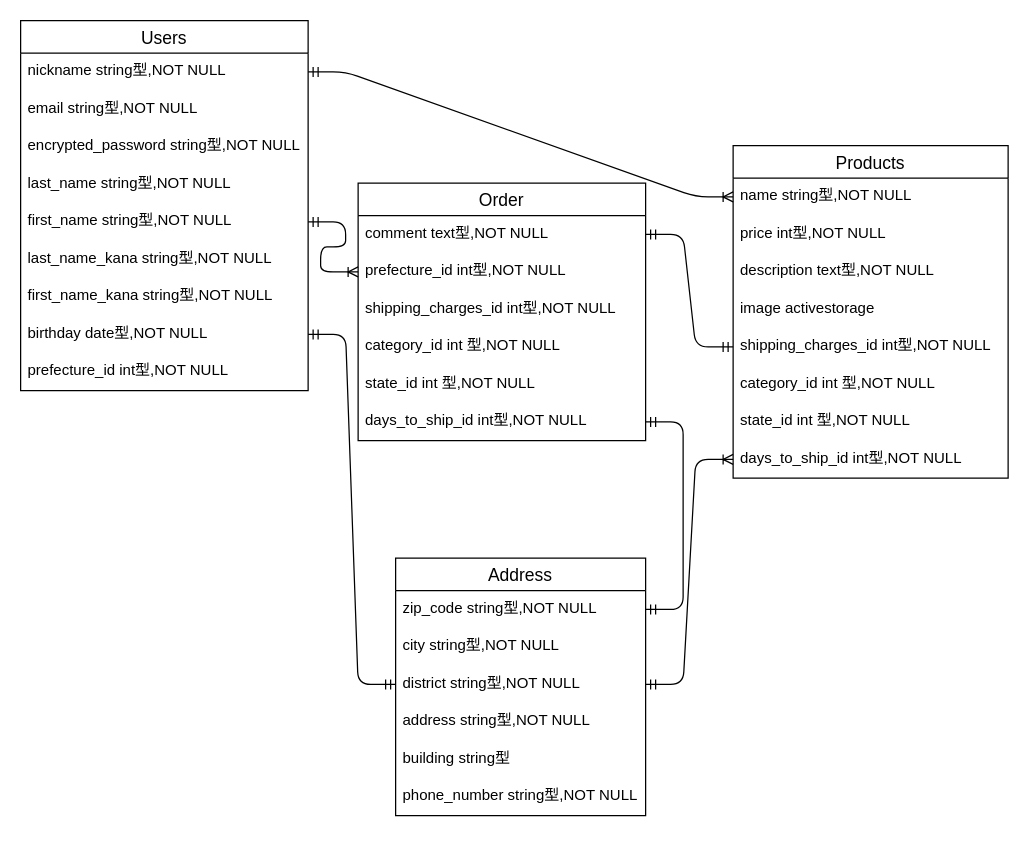
Earlier version of the draw.io diagram Relationship.dio (yasfu/furima-35595). Source tidied: cells renumbered, new cells numbered last; positions are measured from the earlier drawing's top-left corner, leaving out a move shared by most shapes. Both pictures are drawn from the tidied source at 125%, with x=0, y=0 at pixel (20, 20).
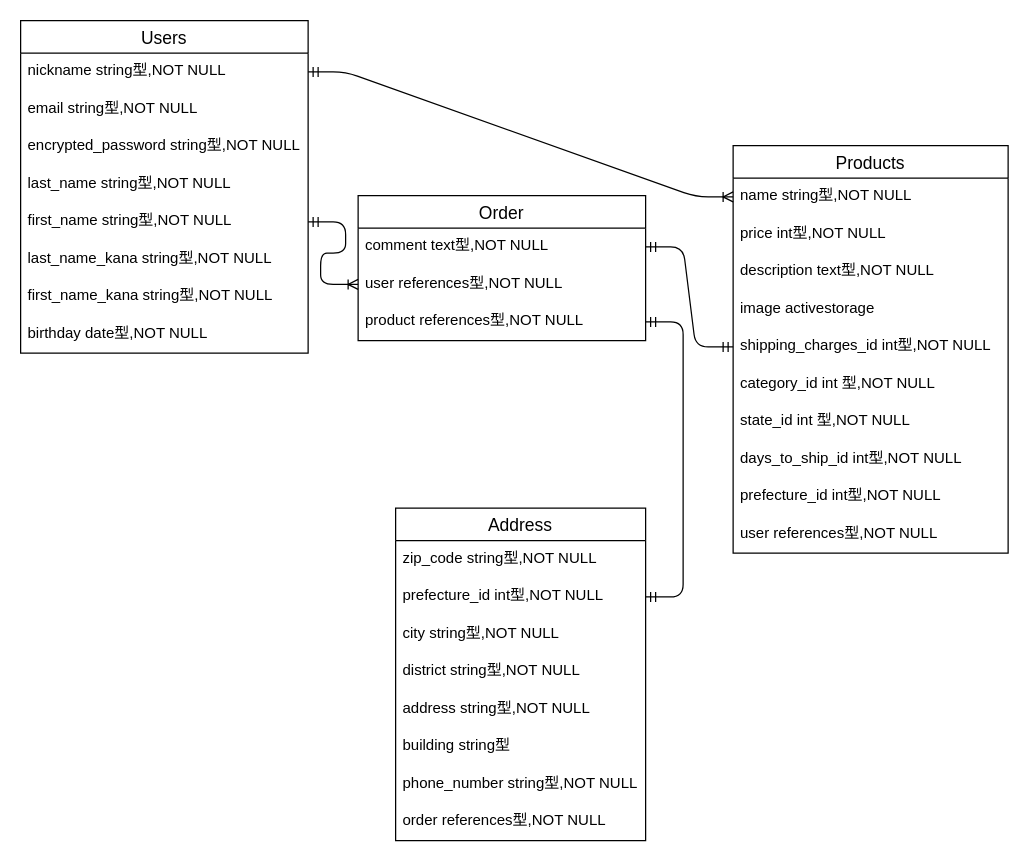
The same page after the edit.

Commit message (it also covers changes not shown here):
データベース設計の修正　＃3

The change refers to these unchanged cells:
```xml
<mxCell id="10" value="birthday date型,NOT NULL" style="text;strokeColor=none;fillColor=none;spacingLeft=4;spacingRight=4;overflow=hidden;points=[[0,0.5],[1,0.5]];portConstraint=eastwest;fontSize=12;" parent="2" vertex="1">
  <mxGeometry y="236" width="230" height="30" as="geometry" />
</mxCell>
<mxCell id="27" value="days_to_ship_id int型,NOT NULL" style="text;strokeColor=none;fillColor=none;spacingLeft=4;spacingRight=4;overflow=hidden;points=[[0,0.5],[1,0.5]];portConstraint=eastwest;fontSize=12;" parent="19" vertex="1">
  <mxGeometry y="236" width="220" height="30" as="geometry" />
</mxCell>
```

What changed in the source:
```diff
@@
     <mxCell id="2" value="Users" style="swimlane;fontStyle=0;horizontal=1;startSize=26;align=center;fontSize=14;" parent="1" vertex="1">
-      <mxGeometry width="230" height="296" as="geometry" />
+      <mxGeometry width="230" height="266" as="geometry" />
     </mxCell>
@@
-    <mxCell id="11" value="prefecture_id int型,NOT NULL" style="text;strokeColor=none;fillColor=none;spacingLeft=4;spacingRight=4;overflow=hidden;fontSize=12;" parent="2" vertex="1">
-      <mxGeometry y="266" width="230" height="30" as="geometry" />
-    </mxCell>
     <mxCell id="12" value="Address" style="swimlane;fontStyle=0;horizontal=1;startSize=26;align=center;fontSize=14;" parent="1" vertex="1">
-      <mxGeometry x="300" y="430" width="200" height="206" as="geometry" />
+      <mxGeometry x="300" y="390" width="200" height="266" as="geometry" />
     </mxCell>
+    <mxCell id="41" value="zip_code string型,NOT NULL" style="text;strokeColor=none;fillColor=none;spacingLeft=4;spacingRight=4;overflow=hidden;fontSize=12;" parent="12" vertex="1">
+      <mxGeometry y="26" width="200" height="30" as="geometry" />
+    </mxCell>
-    <mxCell id="13" value="zip_code string型,NOT NULL" style="text;strokeColor=none;fillColor=none;spacingLeft=4;spacingRight=4;overflow=hidden;points=[[0,0.5],[1,0.5]];portConstraint=eastwest;fontSize=12;" parent="12" vertex="1">
-      <mxGeometry y="26" width="200" height="30" as="geometry" />
+    <mxCell id="13" value="prefecture_id int型,NOT NULL" style="text;strokeColor=none;fillColor=none;spacingLeft=4;spacingRight=4;overflow=hidden;points=[[0,0.5],[1,0.5]];portConstraint=eastwest;fontSize=12;" parent="12" vertex="1">
+      <mxGeometry y="56" width="200" height="30" as="geometry" />
     </mxCell>
     <mxCell id="14" value="city string型,NOT NULL" style="text;strokeColor=none;fillColor=none;spacingLeft=4;spacingRight=4;overflow=hidden;fontSize=12;" parent="12" vertex="1">
-      <mxGeometry y="56" width="200" height="30" as="geometry" />
+      <mxGeometry y="86" width="200" height="30" as="geometry" />
     </mxCell>
     <mxCell id="15" value="district string型,NOT NULL" style="text;strokeColor=none;fillColor=none;spacingLeft=4;spacingRight=4;overflow=hidden;points=[[0,0.5],[1,0.5]];portConstraint=eastwest;fontSize=12;" parent="12" vertex="1">
-      <mxGeometry y="86" width="200" height="30" as="geometry" />
+      <mxGeometry y="116" width="200" height="30" as="geometry" />
     </mxCell>
     <mxCell id="16" value="address string型,NOT NULL" style="text;strokeColor=none;fillColor=none;spacingLeft=4;spacingRight=4;overflow=hidden;fontSize=12;" parent="12" vertex="1">
-      <mxGeometry y="116" width="200" height="30" as="geometry" />
+      <mxGeometry y="146" width="200" height="30" as="geometry" />
     </mxCell>
     <mxCell id="17" value="building string型" style="text;strokeColor=none;fillColor=none;spacingLeft=4;spacingRight=4;overflow=hidden;fontSize=12;" parent="12" vertex="1">
-      <mxGeometry y="146" width="200" height="30" as="geometry" />
+      <mxGeometry y="176" width="200" height="30" as="geometry" />
     </mxCell>
     <mxCell id="18" value="phone_number string型,NOT NULL" style="text;strokeColor=none;fillColor=none;spacingLeft=4;spacingRight=4;overflow=hidden;fontSize=12;" parent="12" vertex="1">
-      <mxGeometry y="176" width="200" height="30" as="geometry" />
+      <mxGeometry y="206" width="200" height="30" as="geometry" />
     </mxCell>
+    <mxCell id="42" value="order references型,NOT NULL" style="text;strokeColor=none;fillColor=none;spacingLeft=4;spacingRight=4;overflow=hidden;fontSize=12;" parent="12" vertex="1">
+      <mxGeometry y="236" width="200" height="30" as="geometry" />
+    </mxCell>
     <mxCell id="19" value="Products" style="swimlane;fontStyle=0;horizontal=1;startSize=26;align=center;fontSize=14;" parent="1" vertex="1">
-      <mxGeometry x="570" y="100" width="220" height="266" as="geometry" />
+      <mxGeometry x="570" y="100" width="220" height="326" as="geometry" />
     </mxCell>
@@
+    <mxCell id="11" value="prefecture_id int型,NOT NULL" style="text;strokeColor=none;fillColor=none;spacingLeft=4;spacingRight=4;overflow=hidden;fontSize=12;" parent="19" vertex="1">
+      <mxGeometry y="266" width="220" height="30" as="geometry" />
+    </mxCell>
+    <mxCell id="43" value="user references型,NOT NULL" style="text;strokeColor=none;fillColor=none;spacingLeft=4;spacingRight=4;overflow=hidden;fontSize=12;" parent="19" vertex="1">
+      <mxGeometry y="296" width="220" height="30" as="geometry" />
+    </mxCell>
     <mxCell id="28" value="Order" style="swimlane;fontStyle=0;horizontal=1;startSize=26;align=center;fontSize=14;" parent="1" vertex="1">
-      <mxGeometry x="270" y="130" width="230" height="206" as="geometry" />
+      <mxGeometry x="270" y="140" width="230" height="116" as="geometry" />
     </mxCell>
@@
-    <mxCell id="30" value="prefecture_id int型,NOT NULL" style="text;strokeColor=none;fillColor=none;spacingLeft=4;spacingRight=4;overflow=hidden;points=[[0,0.5],[1,0.5]];portConstraint=eastwest;fontSize=12;" parent="28" vertex="1">
+    <mxCell id="30" value="user references型,NOT NULL" style="text;strokeColor=none;fillColor=none;spacingLeft=4;spacingRight=4;overflow=hidden;points=[[0,0.5],[1,0.5]];portConstraint=eastwest;fontSize=12;" parent="28" vertex="1">
       <mxGeometry y="56" width="230" height="30" as="geometry" />
     </mxCell>
-    <mxCell id="31" value="shipping_charges_id int型,NOT NULL" style="text;strokeColor=none;fillColor=none;spacingLeft=4;spacingRight=4;overflow=hidden;fontSize=12;" parent="28" vertex="1">
-      <mxGeometry y="86" width="230" height="30" as="geometry" />
-    </mxCell>
-    <mxCell id="32" value="category_id int 型,NOT NULL" style="text;strokeColor=none;fillColor=none;spacingLeft=4;spacingRight=4;overflow=hidden;fontSize=12;" parent="28" vertex="1">
-      <mxGeometry y="116" width="230" height="30" as="geometry" />
-    </mxCell>
-    <mxCell id="33" value="state_id int 型,NOT NULL" style="text;strokeColor=none;fillColor=none;spacingLeft=4;spacingRight=4;overflow=hidden;fontSize=12;" parent="28" vertex="1">
-      <mxGeometry y="146" width="230" height="30" as="geometry" />
-    </mxCell>
-    <mxCell id="34" value="days_to_ship_id int型,NOT NULL" style="text;strokeColor=none;fillColor=none;spacingLeft=4;spacingRight=4;overflow=hidden;points=[[0,0.5],[1,0.5]];portConstraint=eastwest;fontSize=12;" parent="28" vertex="1">
-      <mxGeometry y="176" width="230" height="30" as="geometry" />
+    <mxCell id="34" value="product references型,NOT NULL" style="text;strokeColor=none;fillColor=none;spacingLeft=4;spacingRight=4;overflow=hidden;points=[[0,0.5],[1,0.5]];portConstraint=eastwest;fontSize=12;" parent="28" vertex="1">
+      <mxGeometry y="86" width="230" height="30" as="geometry" />
     </mxCell>
@@
-    <mxCell id="37" style="edgeStyle=entityRelationEdgeStyle;fontSize=12;html=1;endArrow=ERmandOne;startArrow=ERmandOne;exitX=1;exitY=0.5;exitDx=0;exitDy=0;" parent="1" edge="1" source="13" target="34">
+    <mxCell id="37" style="edgeStyle=entityRelationEdgeStyle;fontSize=12;html=1;endArrow=ERmandOne;startArrow=ERmandOne;exitX=1;exitY=0.5;exitDx=0;exitDy=0;entryX=1;entryY=0.5;entryDx=0;entryDy=0;" parent="1" edge="1" source="13" target="34">
       <mxGeometry relative="1" as="geometry" />
     </mxCell>
-    <mxCell id="38" style="edgeStyle=entityRelationEdgeStyle;fontSize=12;html=1;endArrow=ERoneToMany;startArrow=ERmandOne;exitX=1;exitY=0.5;exitDx=0;exitDy=0;entryX=0;entryY=0.5;entryDx=0;entryDy=0;" parent="1" edge="1" source="15" target="27">
-      <mxGeometry relative="1" as="geometry" />
-    </mxCell>
-    <mxCell id="39" style="edgeStyle=entityRelationEdgeStyle;fontSize=12;html=1;endArrow=ERmandOne;startArrow=ERmandOne;exitX=0;exitY=0.5;exitDx=0;exitDy=0;" parent="1" edge="1" source="15" target="10">
-      <mxGeometry relative="1" as="geometry" />
-    </mxCell>
```
